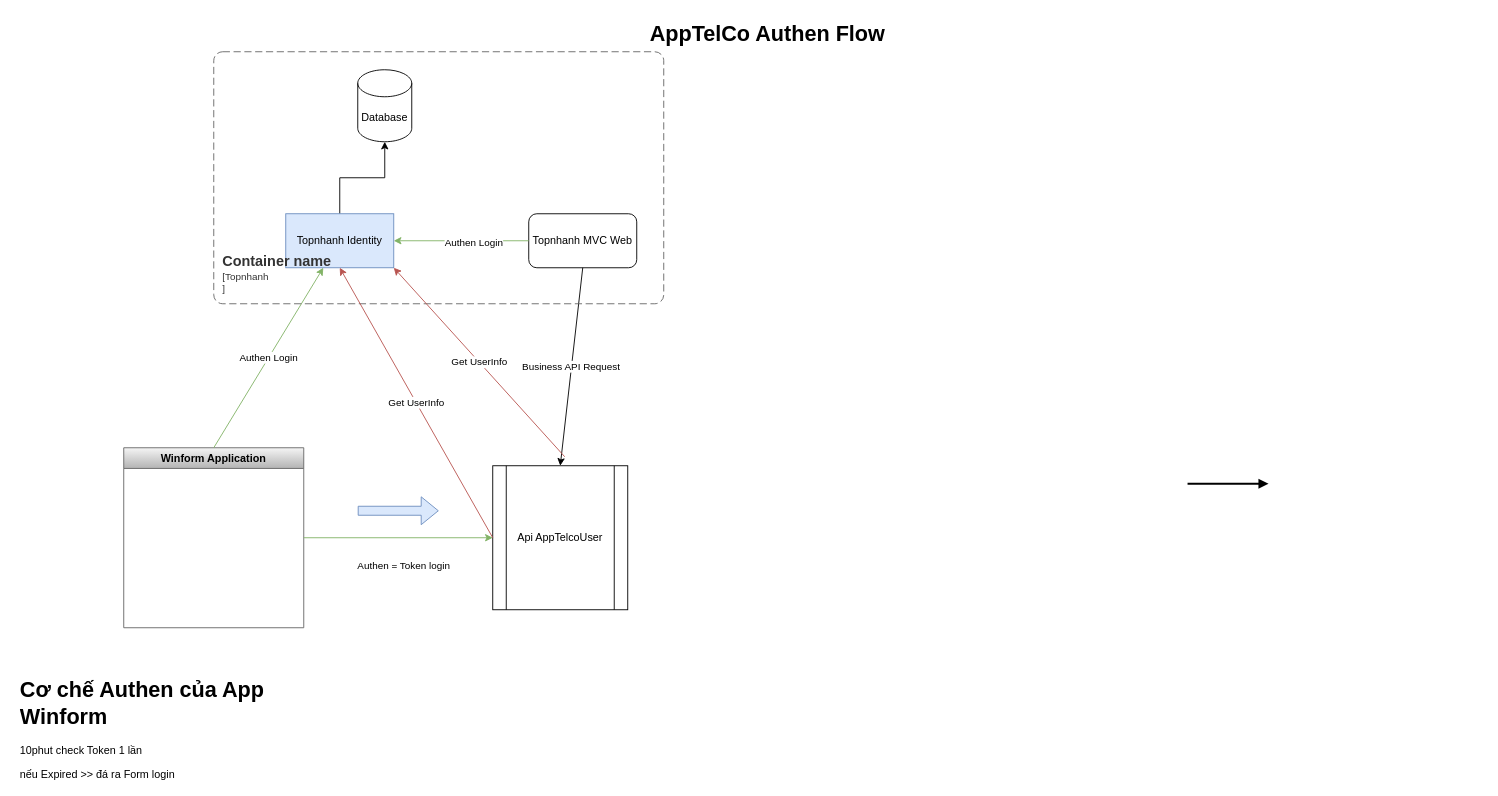
This is topnhanh/Untitled Diagram.drawio from bachdev/diagram, a draw.io file, before an edit. Source tidied: cells renumbered, new cells numbered last; positions are measured from the earlier drawing's top-left corner, leaving out a move shared by most shapes. Both pictures are drawn from the tidied source at 90%, with x=0, y=0 at pixel (15, 15).
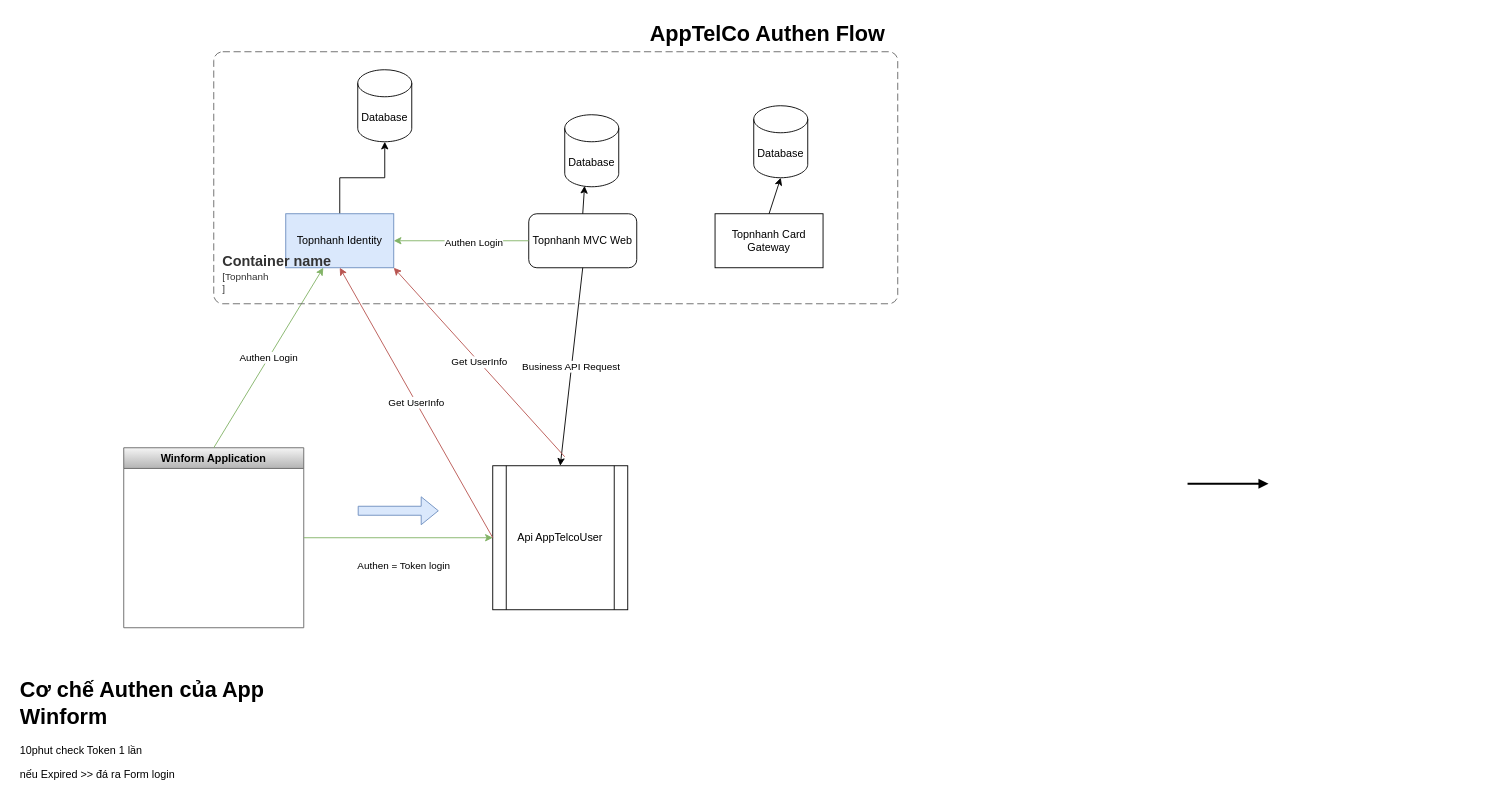
The same diagram, later.

The change refers to these unchanged cells:
```xml
<mxCell id="12" value="Topnhanh MVC Web" style="rounded=1;whiteSpace=wrap;html=1;" parent="1" vertex="1">
  <mxGeometry x="570" y="220" width="120" height="60" as="geometry" />
</mxCell>
```

What changed in the source:
```diff
@@
     <object id="17" label="&lt;font style=&quot;font-size: 16px&quot;&gt;&lt;b&gt;&lt;div style=&quot;text-align: left&quot;&gt;%c4Name%&lt;/div&gt;&lt;/b&gt;&lt;/font&gt;&lt;div style=&quot;text-align: left&quot;&gt;[%c4Application%]&lt;/div&gt;" c4Application="Topnhanh&#10;" c4Name="Container name" placeholders="1">
       <mxCell style="rounded=1;fontSize=11;whiteSpace=wrap;html=1;dashed=1;arcSize=20;fillColor=none;strokeColor=#666666;fontColor=#333333;labelBackgroundColor=none;align=left;verticalAlign=bottom;labelBorderColor=none;spacingTop=0;spacing=10;dashPattern=8 4;perimeter=rectanglePerimeter;noLabel=0;labelPadding=0;absoluteArcSize=1;" parent="1" vertex="1">
-        <mxGeometry x="220" y="40" width="500" height="280" as="geometry" />
+        <mxGeometry x="220" y="40" width="760" height="280" as="geometry" />
       </mxCell>
     </object>
@@
+    <mxCell id="21" value="Database" style="shape=cylinder3;whiteSpace=wrap;html=1;boundedLbl=1;backgroundOutline=1;size=15;" parent="1" vertex="1">
+      <mxGeometry x="610" y="110" width="60" height="80" as="geometry" />
+    </mxCell>
+    <mxCell id="22" value="Topnhanh Card Gateway" style="rounded=0;whiteSpace=wrap;html=1;" parent="1" vertex="1">
+      <mxGeometry x="777" y="220" width="120" height="60" as="geometry" />
+    </mxCell>
+    <mxCell id="23" value="Database" style="shape=cylinder3;whiteSpace=wrap;html=1;boundedLbl=1;backgroundOutline=1;size=15;" parent="1" vertex="1">
+      <mxGeometry x="820" y="100" width="60" height="80" as="geometry" />
+    </mxCell>
+    <mxCell id="24" style="endArrow=classic;html=1;rounded=0;exitX=0.5;exitY=0;exitDx=0;exitDy=0;entryX=0.367;entryY=0.988;entryDx=0;entryDy=0;entryPerimeter=0;" parent="1" edge="1" source="12" target="21">
+      <mxGeometry relative="1" as="geometry" />
+    </mxCell>
+    <mxCell id="25" style="endArrow=classic;html=1;rounded=0;exitX=0.5;exitY=0;exitDx=0;exitDy=0;entryX=0.5;entryY=1;entryDx=0;entryDy=0;entryPerimeter=0;" parent="1" edge="1" source="22" target="23">
+      <mxGeometry relative="1" as="geometry" />
+    </mxCell>
```
